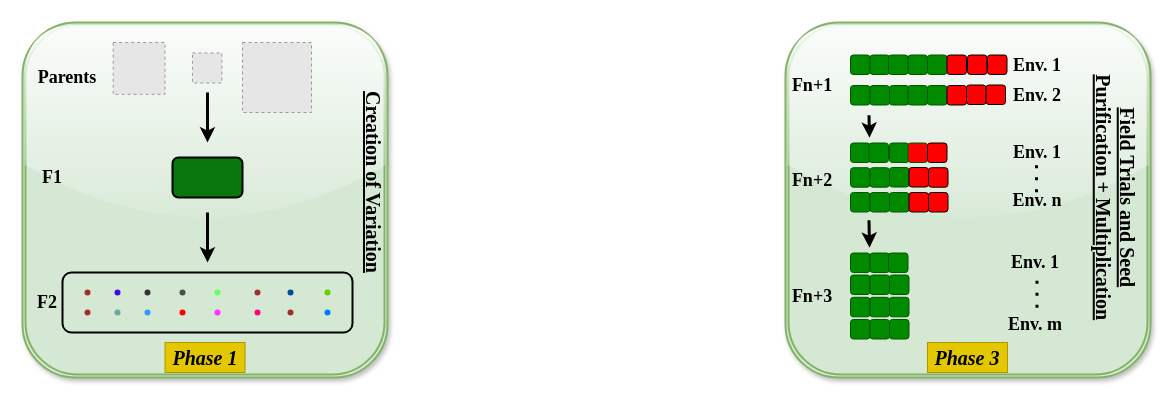
Earlier version of the draw.io diagram page "Page-1" (1 of 3) of vit_presentation.drawio (ravindra2859/Figure_Poster). Source tidied: cells renumbered, new cells numbered last; positions are measured from the earlier drawing's top-left corner, leaving out a move shared by most shapes. Both pictures are drawn from the tidied source at 100%, with x=0, y=0 at pixel (22, 22). Pictures stored in the file or linked from it are replaced by grey dashed boxes.
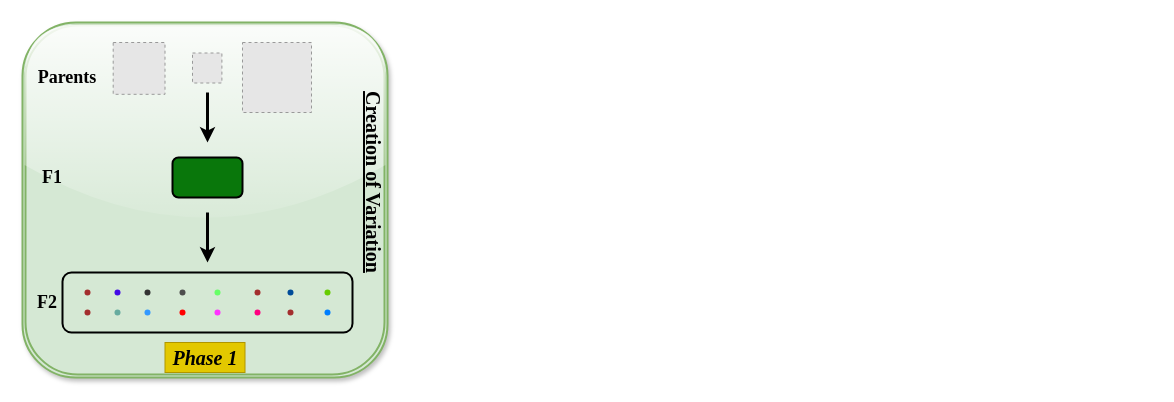
The same page after the edit.

Commit message:
phase 3 moved to page 3

The edit, as a diff of the source:
```diff
@@
-    <mxCell id="31" style="shape=ext;double=1;rounded=1;whiteSpace=wrap;html=1;strokeWidth=2;strokeColor=#82b366;glass=1;fillColor=#d5e8d4;shadow=1;" parent="1" vertex="1">
-      <mxGeometry x="763" width="365" height="355" as="geometry" />
-    </mxCell>
-    <mxCell id="32" value="&lt;font face=&quot;Times New Roman&quot;&gt;&lt;span style=&quot;font-size: 20px;&quot;&gt;&lt;b&gt;&lt;u&gt;Field Trials and Seed Purification + Multiplication&lt;/u&gt;&lt;/b&gt;&lt;/span&gt;&lt;/font&gt;" style="text;html=1;strokeColor=none;fillColor=none;align=center;verticalAlign=middle;whiteSpace=wrap;rounded=0;rotation=90;" parent="1" vertex="1">
-      <mxGeometry x="965" y="160" width="257.5" height="30" as="geometry" />
-    </mxCell>
-    <mxCell id="33" value="&lt;font style=&quot;font-size: 20px;&quot; face=&quot;Times New Roman&quot;&gt;&lt;b&gt;&lt;i&gt;Phase 3&lt;/i&gt;&lt;/b&gt;&lt;/font&gt;" style="text;html=1;strokeColor=#B09500;fillColor=#e3c800;align=center;verticalAlign=middle;whiteSpace=wrap;rounded=0;rotation=0;strokeWidth=1;fontColor=#000000;" parent="1" vertex="1">
-      <mxGeometry x="905" y="320" width="80" height="30" as="geometry" />
-    </mxCell>
-    <mxCell id="34" style="whiteSpace=wrap;html=1;rounded=1;fillColor=#008a00;fontColor=#ffffff;strokeColor=#005700;" parent="1" vertex="1">
-      <mxGeometry x="828" y="32.5" width="19.5" height="19.5" as="geometry" />
-    </mxCell>
-    <mxCell id="35" style="whiteSpace=wrap;html=1;rounded=1;fillColor=#008a00;fontColor=#ffffff;strokeColor=#005700;" parent="1" vertex="1">
-      <mxGeometry x="847.5" y="32.5" width="19.5" height="19.5" as="geometry" />
-    </mxCell>
-    <mxCell id="36" style="whiteSpace=wrap;html=1;rounded=1;fillColor=#008a00;fontColor=#ffffff;strokeColor=#005700;" parent="1" vertex="1">
-      <mxGeometry x="885.5" y="32.5" width="19.5" height="19.5" as="geometry" />
-    </mxCell>
-    <mxCell id="37" style="whiteSpace=wrap;html=1;rounded=1;fillColor=#008a00;fontColor=#ffffff;strokeColor=#005700;" parent="1" vertex="1">
-      <mxGeometry x="905" y="32.5" width="19.5" height="19.5" as="geometry" />
-    </mxCell>
-    <mxCell id="38" style="whiteSpace=wrap;html=1;rounded=1;fillColor=#FF0000;" parent="1" vertex="1">
-      <mxGeometry x="924.5" y="32.5" width="19.5" height="19.5" as="geometry" />
-    </mxCell>
-    <mxCell id="39" style="whiteSpace=wrap;html=1;rounded=1;fillColor=#FF0000;" parent="1" vertex="1">
-      <mxGeometry x="945" y="32.5" width="19.5" height="19.5" as="geometry" />
-    </mxCell>
-    <mxCell id="40" style="whiteSpace=wrap;html=1;rounded=1;fillColor=#FF0000;" parent="1" vertex="1">
-      <mxGeometry x="965" y="32.5" width="19.5" height="19.5" as="geometry" />
-    </mxCell>
-    <mxCell id="41" style="whiteSpace=wrap;html=1;rounded=1;fillColor=#008a00;fontColor=#ffffff;strokeColor=#005700;" parent="1" vertex="1">
-      <mxGeometry x="866" y="32.5" width="19.5" height="19.5" as="geometry" />
-    </mxCell>
-    <mxCell id="42" style="whiteSpace=wrap;html=1;rounded=1;fillColor=#008a00;fontColor=#ffffff;strokeColor=#005700;" parent="1" vertex="1">
-      <mxGeometry x="828" y="63" width="19.5" height="19.5" as="geometry" />
-    </mxCell>
-    <mxCell id="43" style="whiteSpace=wrap;html=1;rounded=1;fillColor=#008a00;fontColor=#ffffff;strokeColor=#005700;" parent="1" vertex="1">
-      <mxGeometry x="847.5" y="63" width="19.5" height="19.5" as="geometry" />
-    </mxCell>
-    <mxCell id="44" style="whiteSpace=wrap;html=1;rounded=1;fillColor=#008a00;fontColor=#ffffff;strokeColor=#005700;" parent="1" vertex="1">
-      <mxGeometry x="867" y="63" width="19.5" height="19.5" as="geometry" />
-    </mxCell>
-    <mxCell id="45" style="whiteSpace=wrap;html=1;rounded=1;fillColor=#008a00;fontColor=#ffffff;strokeColor=#005700;" parent="1" vertex="1">
-      <mxGeometry x="885.5" y="63" width="19.5" height="19.5" as="geometry" />
-    </mxCell>
-    <mxCell id="46" style="whiteSpace=wrap;html=1;rounded=1;fillColor=#008a00;fontColor=#ffffff;strokeColor=#005700;" parent="1" vertex="1">
-      <mxGeometry x="905" y="63" width="19.5" height="19.5" as="geometry" />
-    </mxCell>
-    <mxCell id="47" style="whiteSpace=wrap;html=1;rounded=1;fillColor=#FF0000;" parent="1" vertex="1">
-      <mxGeometry x="924.5" y="63" width="19.5" height="19.5" as="geometry" />
-    </mxCell>
-    <mxCell id="48" style="whiteSpace=wrap;html=1;rounded=1;fillColor=#FF0000;" parent="1" vertex="1">
-      <mxGeometry x="944" y="62.5" width="19.5" height="19.5" as="geometry" />
-    </mxCell>
-    <mxCell id="49" style="whiteSpace=wrap;html=1;rounded=1;fillColor=#FF0000;" parent="1" vertex="1">
-      <mxGeometry x="963.5" y="62.5" width="19.5" height="19.5" as="geometry" />
-    </mxCell>
-    <mxCell id="50" style="whiteSpace=wrap;html=1;rounded=1;fillColor=#008a00;fontColor=#ffffff;strokeColor=#005700;" parent="1" vertex="1">
-      <mxGeometry x="828" y="120.5" width="19.5" height="19.5" as="geometry" />
-    </mxCell>
-    <mxCell id="51" style="whiteSpace=wrap;html=1;rounded=1;fillColor=#008a00;fontColor=#ffffff;strokeColor=#005700;" parent="1" vertex="1">
-      <mxGeometry x="846.5" y="120.5" width="19.5" height="19.5" as="geometry" />
-    </mxCell>
-    <mxCell id="52" style="whiteSpace=wrap;html=1;rounded=1;fillColor=#008a00;fontColor=#ffffff;strokeColor=#005700;" parent="1" vertex="1">
-      <mxGeometry x="867" y="120.5" width="19.5" height="19.5" as="geometry" />
-    </mxCell>
-    <mxCell id="53" style="whiteSpace=wrap;html=1;rounded=1;fillColor=#FF0000;fontColor=#ffffff;strokeColor=#005700;" parent="1" vertex="1">
-      <mxGeometry x="885.5" y="120.5" width="19.5" height="19.5" as="geometry" />
-    </mxCell>
-    <mxCell id="54" style="whiteSpace=wrap;html=1;rounded=1;fillColor=#FF0000;" parent="1" vertex="1">
-      <mxGeometry x="905" y="120.5" width="19.5" height="19.5" as="geometry" />
-    </mxCell>
-    <mxCell id="55" style="whiteSpace=wrap;html=1;rounded=1;fillColor=#008a00;fontColor=#ffffff;strokeColor=#005700;" parent="1" vertex="1">
-      <mxGeometry x="828" y="145.2" width="19.5" height="19.5" as="geometry" />
-    </mxCell>
-    <mxCell id="56" style="whiteSpace=wrap;html=1;rounded=1;fillColor=#008a00;fontColor=#ffffff;strokeColor=#005700;" parent="1" vertex="1">
-      <mxGeometry x="847.5" y="145.2" width="19.5" height="19.5" as="geometry" />
-    </mxCell>
-    <mxCell id="57" style="whiteSpace=wrap;html=1;rounded=1;fillColor=#008a00;fontColor=#ffffff;strokeColor=#005700;" parent="1" vertex="1">
-      <mxGeometry x="867" y="145" width="19.5" height="19.5" as="geometry" />
-    </mxCell>
-    <mxCell id="58" style="whiteSpace=wrap;html=1;rounded=1;fillColor=#FF0000;" parent="1" vertex="1">
-      <mxGeometry x="886.5" y="145" width="19.5" height="19.5" as="geometry" />
-    </mxCell>
-    <mxCell id="59" style="whiteSpace=wrap;html=1;rounded=1;fillColor=#FF0000;" parent="1" vertex="1">
-      <mxGeometry x="906" y="145.2" width="19.5" height="19.5" as="geometry" />
-    </mxCell>
-    <mxCell id="60" style="whiteSpace=wrap;html=1;rounded=1;fillColor=#008a00;fontColor=#ffffff;strokeColor=#005700;" parent="1" vertex="1">
-      <mxGeometry x="828" y="170" width="19.5" height="19.5" as="geometry" />
-    </mxCell>
-    <mxCell id="61" style="whiteSpace=wrap;html=1;rounded=1;fillColor=#008a00;fontColor=#ffffff;strokeColor=#005700;" parent="1" vertex="1">
-      <mxGeometry x="847.5" y="170" width="19.5" height="19.5" as="geometry" />
-    </mxCell>
-    <mxCell id="62" style="whiteSpace=wrap;html=1;rounded=1;fillColor=#008a00;fontColor=#ffffff;strokeColor=#005700;" parent="1" vertex="1">
-      <mxGeometry x="867" y="170" width="19.5" height="19.5" as="geometry" />
-    </mxCell>
-    <mxCell id="63" style="whiteSpace=wrap;html=1;rounded=1;fillColor=#FF0000;" parent="1" vertex="1">
-      <mxGeometry x="886.5" y="170" width="19.5" height="19.5" as="geometry" />
-    </mxCell>
-    <mxCell id="64" style="whiteSpace=wrap;html=1;rounded=1;fillColor=#FF0000;" parent="1" vertex="1">
-      <mxGeometry x="906" y="170" width="19.5" height="19.5" as="geometry" />
-    </mxCell>
-    <mxCell id="65" style="whiteSpace=wrap;html=1;rounded=1;fillColor=#008a00;fontColor=#ffffff;strokeColor=#005700;" parent="1" vertex="1">
-      <mxGeometry x="828" y="230.5" width="19.5" height="19.5" as="geometry" />
-    </mxCell>
-    <mxCell id="66" style="whiteSpace=wrap;html=1;rounded=1;fillColor=#008a00;fontColor=#ffffff;strokeColor=#005700;" parent="1" vertex="1">
-      <mxGeometry x="847.5" y="230.5" width="19.5" height="19.5" as="geometry" />
-    </mxCell>
-    <mxCell id="67" style="whiteSpace=wrap;html=1;rounded=1;fillColor=#008a00;fontColor=#ffffff;strokeColor=#005700;" parent="1" vertex="1">
-      <mxGeometry x="866" y="230.5" width="19.5" height="19.5" as="geometry" />
-    </mxCell>
-    <mxCell id="68" style="whiteSpace=wrap;html=1;rounded=1;fillColor=#008a00;fontColor=#ffffff;strokeColor=#005700;" parent="1" vertex="1">
-      <mxGeometry x="828" y="252.5" width="19.5" height="19.5" as="geometry" />
-    </mxCell>
-    <mxCell id="69" style="whiteSpace=wrap;html=1;rounded=1;fillColor=#008a00;fontColor=#ffffff;strokeColor=#005700;" parent="1" vertex="1">
-      <mxGeometry x="847.5" y="252.5" width="19.5" height="19.5" as="geometry" />
-    </mxCell>
-    <mxCell id="70" style="whiteSpace=wrap;html=1;rounded=1;fillColor=#008a00;fontColor=#ffffff;strokeColor=#005700;" parent="1" vertex="1">
-      <mxGeometry x="867" y="252.5" width="19.5" height="19.5" as="geometry" />
-    </mxCell>
-    <mxCell id="71" style="whiteSpace=wrap;html=1;rounded=1;fillColor=#008a00;fontColor=#ffffff;strokeColor=#005700;" parent="1" vertex="1">
-      <mxGeometry x="828" y="274.8" width="19.5" height="19.5" as="geometry" />
-    </mxCell>
-    <mxCell id="72" style="whiteSpace=wrap;html=1;rounded=1;fillColor=#008a00;fontColor=#ffffff;strokeColor=#005700;" parent="1" vertex="1">
-      <mxGeometry x="847.5" y="274.8" width="19.5" height="19.5" as="geometry" />
-    </mxCell>
-    <mxCell id="73" style="whiteSpace=wrap;html=1;rounded=1;fillColor=#008a00;fontColor=#ffffff;strokeColor=#005700;" parent="1" vertex="1">
-      <mxGeometry x="867" y="274.8" width="19.5" height="19.5" as="geometry" />
-    </mxCell>
-    <mxCell id="74" style="whiteSpace=wrap;html=1;rounded=1;fillColor=#008a00;fontColor=#ffffff;strokeColor=#005700;" parent="1" vertex="1">
-      <mxGeometry x="828" y="297" width="19.5" height="19.5" as="geometry" />
-    </mxCell>
-    <mxCell id="75" style="whiteSpace=wrap;html=1;rounded=1;fillColor=#008a00;fontColor=#ffffff;strokeColor=#005700;" parent="1" vertex="1">
-      <mxGeometry x="847.5" y="297" width="19.5" height="19.5" as="geometry" />
-    </mxCell>
-    <mxCell id="76" style="whiteSpace=wrap;html=1;rounded=1;fillColor=#008a00;fontColor=#ffffff;strokeColor=#005700;" parent="1" vertex="1">
-      <mxGeometry x="867" y="297" width="19.5" height="19.5" as="geometry" />
-    </mxCell>
-    <mxCell id="77" value="&lt;font style=&quot;font-size: 18px;&quot; face=&quot;Times New Roman&quot;&gt;&lt;b&gt;Env. 1&lt;/b&gt;&lt;/font&gt;" style="text;html=1;strokeColor=none;fillColor=none;align=center;verticalAlign=middle;whiteSpace=wrap;rounded=0;" parent="1" vertex="1">
-      <mxGeometry x="985" y="27.5" width="60" height="30" as="geometry" />
-    </mxCell>
-    <mxCell id="78" value="&lt;font style=&quot;font-size: 18px;&quot; face=&quot;Times New Roman&quot;&gt;&lt;b&gt;Env. 2&lt;/b&gt;&lt;/font&gt;" style="text;html=1;strokeColor=none;fillColor=none;align=center;verticalAlign=middle;whiteSpace=wrap;rounded=0;" parent="1" vertex="1">
-      <mxGeometry x="984.5" y="57.5" width="60" height="30" as="geometry" />
-    </mxCell>
-    <mxCell id="79" value="&lt;font style=&quot;font-size: 18px;&quot; face=&quot;Times New Roman&quot;&gt;&lt;b&gt;Env. 1&lt;/b&gt;&lt;/font&gt;" style="text;html=1;strokeColor=none;fillColor=none;align=center;verticalAlign=middle;whiteSpace=wrap;rounded=0;" parent="1" vertex="1">
-      <mxGeometry x="985" y="115.2" width="60" height="30" as="geometry" />
-    </mxCell>
-    <mxCell id="80" value="&lt;font style=&quot;font-size: 18px;&quot; face=&quot;Times New Roman&quot;&gt;&lt;b&gt;Env. n&lt;/b&gt;&lt;/font&gt;" style="text;html=1;strokeColor=none;fillColor=none;align=center;verticalAlign=middle;whiteSpace=wrap;rounded=0;" parent="1" vertex="1">
-      <mxGeometry x="985" y="162.5" width="60" height="30" as="geometry" />
-    </mxCell>
-    <mxCell id="81" style="endArrow=none;dashed=1;html=1;dashPattern=1 3;strokeWidth=3;rounded=0;" parent="1" edge="1">
-      <mxGeometry relative="1" as="geometry">
-        <mxPoint x="1014.5" y="285.2" as="sourcePoint" />
-        <mxPoint x="1014.5" y="255.2" as="targetPoint" />
-      </mxGeometry>
-    </mxCell>
-    <mxCell id="82" value="&lt;font style=&quot;font-size: 18px;&quot; face=&quot;Times New Roman&quot;&gt;&lt;b&gt;Env. 1&lt;/b&gt;&lt;/font&gt;" style="text;html=1;strokeColor=none;fillColor=none;align=center;verticalAlign=middle;whiteSpace=wrap;rounded=0;" parent="1" vertex="1">
-      <mxGeometry x="983" y="225.2" width="60" height="30" as="geometry" />
-    </mxCell>
-    <mxCell id="83" value="&lt;font style=&quot;font-size: 18px;&quot; face=&quot;Times New Roman&quot;&gt;&lt;b&gt;Env. m&lt;/b&gt;&lt;/font&gt;" style="text;html=1;strokeColor=none;fillColor=none;align=center;verticalAlign=middle;whiteSpace=wrap;rounded=0;" parent="1" vertex="1">
-      <mxGeometry x="983" y="286.5" width="60" height="30" as="geometry" />
-    </mxCell>
-    <mxCell id="84" style="endArrow=none;dashed=1;html=1;dashPattern=1 3;strokeWidth=3;rounded=0;" parent="1" edge="1">
-      <mxGeometry relative="1" as="geometry">
-        <mxPoint x="1014" y="169.8" as="sourcePoint" />
-        <mxPoint x="1014" y="139.8" as="targetPoint" />
-      </mxGeometry>
-    </mxCell>
-    <mxCell id="85" style="endArrow=classic;html=1;rounded=0;strokeWidth=3;" parent="1" edge="1">
-      <mxGeometry relative="1" as="geometry">
-        <mxPoint x="846.5" y="92.8" as="sourcePoint" />
-        <mxPoint x="847" y="115.2" as="targetPoint" />
-      </mxGeometry>
-    </mxCell>
-    <mxCell id="86" style="endArrow=classic;html=1;rounded=0;strokeWidth=3;" parent="1" edge="1">
-      <mxGeometry relative="1" as="geometry">
-        <mxPoint x="846.5" y="197.8" as="sourcePoint" />
-        <mxPoint x="847" y="225.2" as="targetPoint" />
-      </mxGeometry>
-    </mxCell>
-    <mxCell id="87" value="&lt;font style=&quot;font-size: 18px;&quot; face=&quot;Times New Roman&quot;&gt;&lt;b&gt;Fn+1&lt;/b&gt;&lt;/font&gt;" style="text;html=1;strokeColor=none;fillColor=none;align=center;verticalAlign=middle;whiteSpace=wrap;rounded=0;" parent="1" vertex="1">
-      <mxGeometry x="775" y="50" width="30" height="25" as="geometry" />
-    </mxCell>
-    <mxCell id="88" value="&lt;font style=&quot;font-size: 18px;&quot; face=&quot;Times New Roman&quot;&gt;&lt;b&gt;Fn+2&lt;/b&gt;&lt;/font&gt;" style="text;html=1;strokeColor=none;fillColor=none;align=center;verticalAlign=middle;whiteSpace=wrap;rounded=0;" parent="1" vertex="1">
-      <mxGeometry x="775" y="145" width="30" height="25" as="geometry" />
-    </mxCell>
-    <mxCell id="89" value="&lt;font style=&quot;font-size: 18px;&quot; face=&quot;Times New Roman&quot;&gt;&lt;b&gt;Fn+3&lt;/b&gt;&lt;/font&gt;" style="text;html=1;strokeColor=none;fillColor=none;align=center;verticalAlign=middle;whiteSpace=wrap;rounded=0;" parent="1" vertex="1">
-      <mxGeometry x="775" y="261.5" width="30" height="25" as="geometry" />
-    </mxCell>
```
